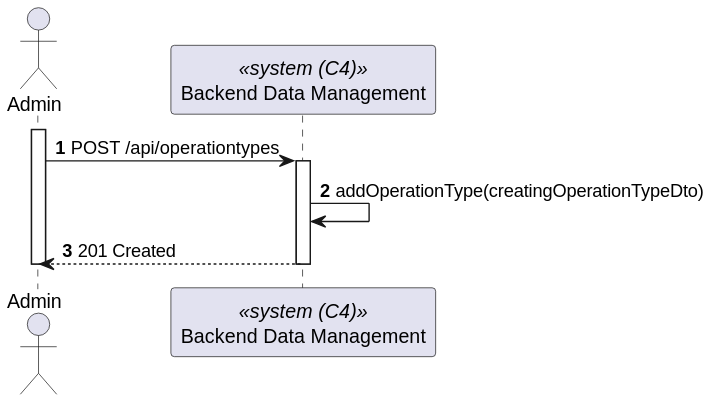
1220846/sem5pi-24-25-3ddg20 keeps this PlantUML diagram as docs/sprint-a/us-5.1.20/views/level2/process-view.svg. Above is the earlier version.
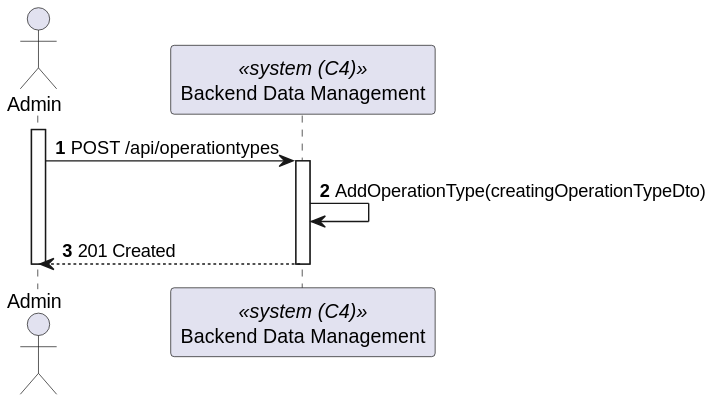
Above is the later version.

The edit, as a diff of the source:
```diff
@@ -9,7 +9,7 @@
     Admin-> BackendDataManagement : POST /api/operationtypes
     activate BackendDataManagement
 
-        BackendDataManagement -> BackendDataManagement : addOperationType(creatingOperationTypeDto)
+        BackendDataManagement -> BackendDataManagement : AddOperationType(creatingOperationTypeDto)
 
         Admin <-- BackendDataManagement : 201 Created
     deactivate BackendDataManagement
```
